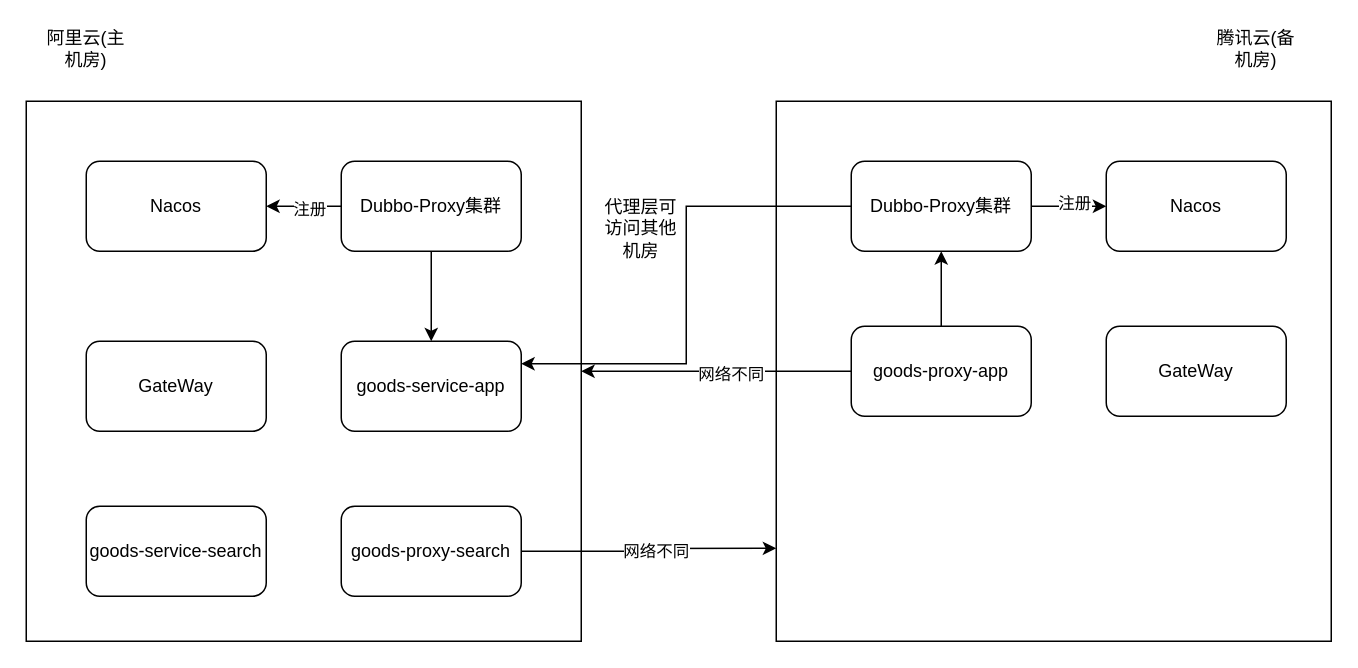
smallleaf/draw.io keeps this draw.io diagram as page "第 1 页" (1 of 2) of miyuan/dubbo代理服务.drawio. Above is the earlier version. Source tidied: cells renumbered, new cells numbered last; positions are measured from the earlier drawing's top-left corner, leaving out a move shared by most shapes. Both pictures are drawn from the tidied source at 150%, with x=0, y=0 at pixel (26, 26).
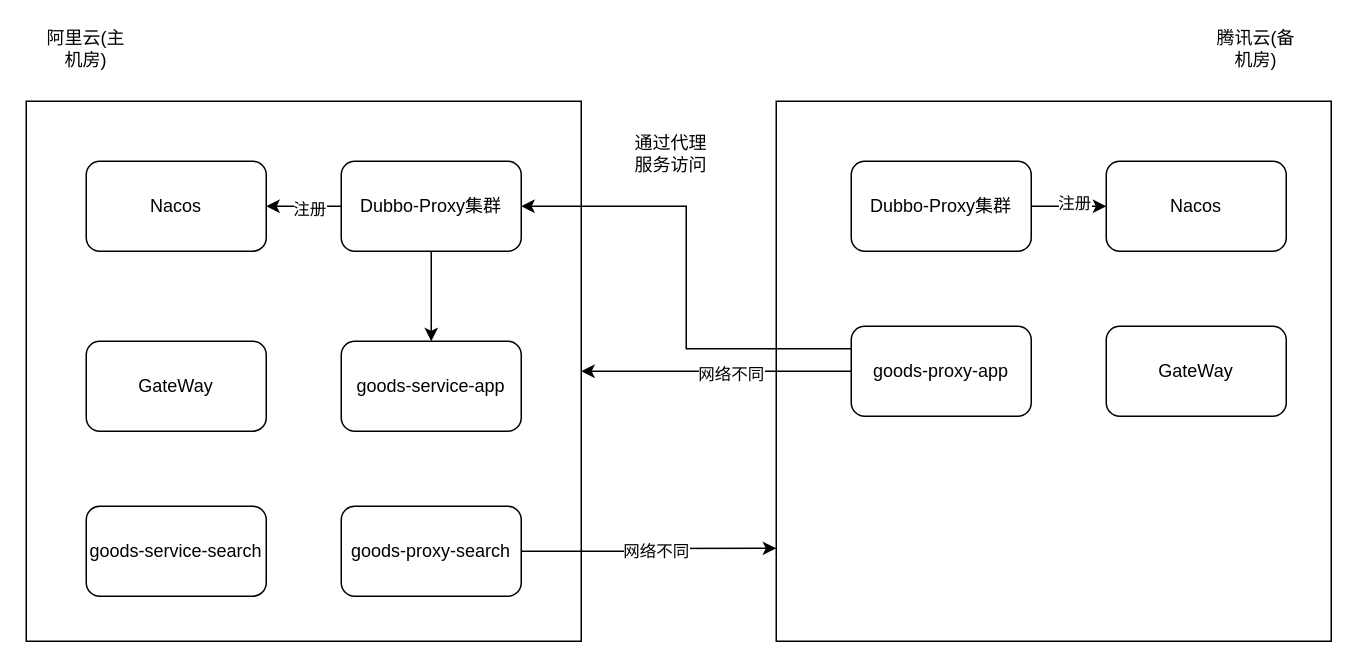
The same diagram, later.

Commit message:
更新dubbo代理服务.drawio

The change refers to these unchanged cells:
```xml
<mxCell id="7" value="Dubbo-Proxy集群" style="rounded=1;whiteSpace=wrap;html=1;" parent="1" vertex="1">
  <mxGeometry x="210" y="90" width="120" height="60" as="geometry" />
</mxCell>
<mxCell id="11" value="Dubbo-Proxy集群" style="rounded=1;whiteSpace=wrap;html=1;" parent="1" vertex="1">
  <mxGeometry x="550" y="90" width="120" height="60" as="geometry" />
</mxCell>
<mxCell id="12" value="goods-service-app" style="rounded=1;whiteSpace=wrap;html=1;" parent="1" vertex="1">
  <mxGeometry x="210" y="210" width="120" height="60" as="geometry" />
</mxCell>
<mxCell id="16" value="goods-proxy-app" style="rounded=1;whiteSpace=wrap;html=1;" parent="1" vertex="1">
  <mxGeometry x="550" y="200" width="120" height="60" as="geometry" />
</mxCell>
```

Change to the diagram source:
```diff
@@
-    <mxCell id="10" style="edgeStyle=orthogonalEdgeStyle;rounded=0;jettySize=auto;html=1;exitX=0;exitY=0.5;exitDx=0;exitDy=0;entryX=1;entryY=0.25;entryDx=0;entryDy=0;" parent="1" edge="1" source="11" target="12">
-      <mxGeometry relative="1" as="geometry" />
-    </mxCell>
@@
-    <mxCell id="15" style="edgeStyle=orthogonalEdgeStyle;rounded=0;jettySize=auto;html=1;exitX=0.5;exitY=0;exitDx=0;exitDy=0;entryX=0.5;entryY=1;entryDx=0;entryDy=0;" parent="1" edge="1" source="16" target="11">
-      <mxGeometry relative="1" as="geometry" />
-    </mxCell>
+    <mxCell id="28" style="edgeStyle=orthogonalEdgeStyle;rounded=0;jettySize=auto;html=1;exitX=0;exitY=0.25;exitDx=0;exitDy=0;entryX=1;entryY=0.5;entryDx=0;entryDy=0;" parent="1" edge="1" source="16" target="7">
+      <mxGeometry relative="1" as="geometry" />
+    </mxCell>
@@
-    <mxCell id="25" value="代理层可访问其他机房" style="text;html=1;align=center;verticalAlign=middle;whiteSpace=wrap;rounded=0;" parent="1" vertex="1">
-      <mxGeometry x="380" y="120" width="60" height="30" as="geometry" />
-    </mxCell>
@@
+    <mxCell id="29" value="通过代理服务访问" style="text;html=1;align=center;verticalAlign=middle;whiteSpace=wrap;rounded=0;" parent="1" vertex="1">
+      <mxGeometry x="400" y="70" width="60" height="30" as="geometry" />
+    </mxCell>
```
